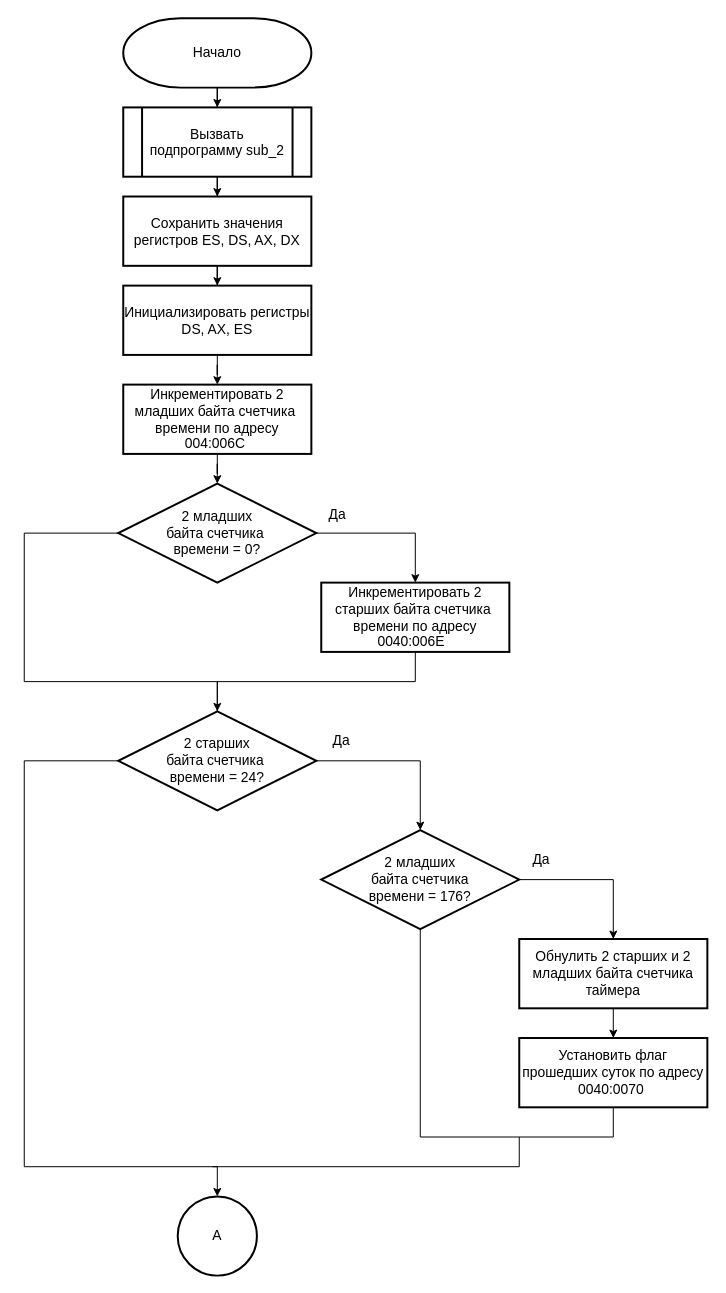
Before: page "Page-1" (1 of 3) of lab1_1/выполнение/int8.drawio in alena-zayts/BMSTU_5sem_operating_systems, a draw.io diagram. Source tidied: cells renumbered, new cells numbered last; positions are measured from the earlier drawing's top-left corner, leaving out a move shared by most shapes. Both pictures are drawn from the tidied source at 99%, with x=0, y=0 at pixel (24, 18).
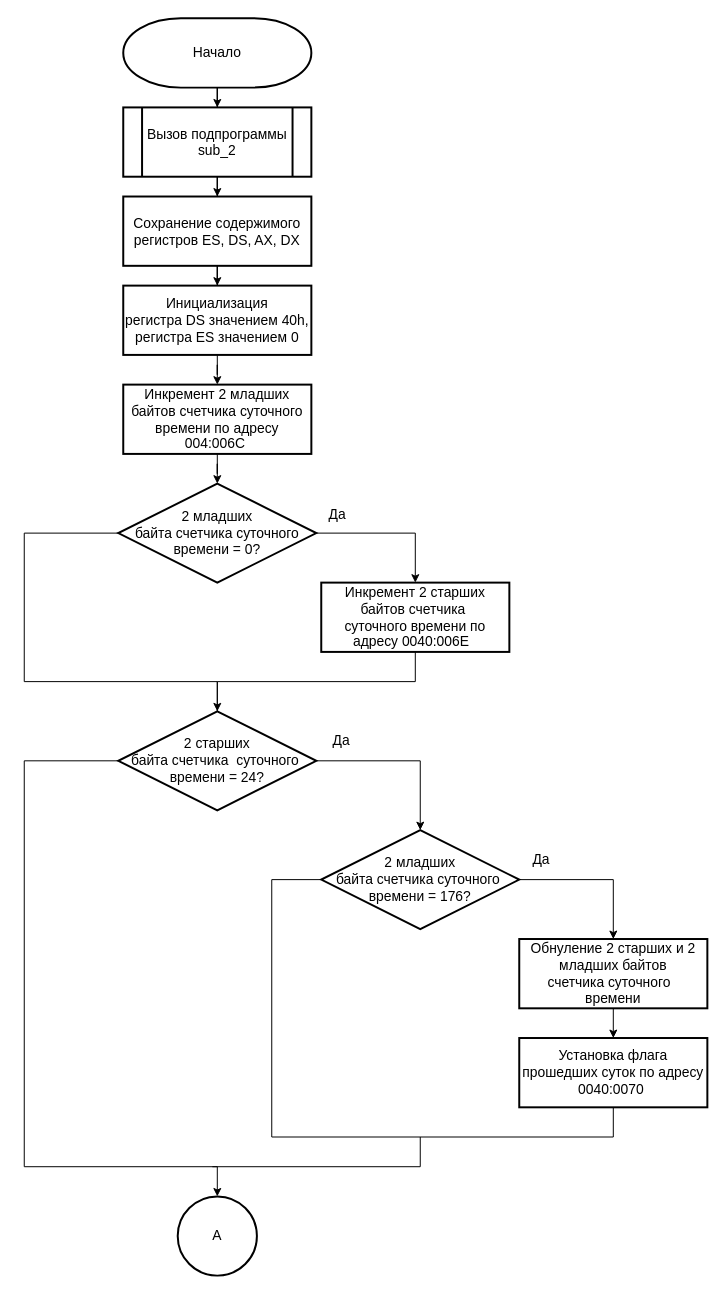
The same page after the edit.

Diff of the diagram source:
```diff
@@
-    <mxCell id="5" value="Вызвать подпрограмму sub_2" style="shape=process;whiteSpace=wrap;html=1;backgroundOutline=1;strokeWidth=2;fontSize=14;" parent="1" vertex="1">
+    <mxCell id="5" value="Вызов подпрограммы sub_2" style="shape=process;whiteSpace=wrap;html=1;backgroundOutline=1;strokeWidth=2;fontSize=14;" parent="1" vertex="1">
       <mxGeometry x="100" y="90" width="190" height="70" as="geometry" />
     </mxCell>
@@
-    <mxCell id="7" value="Сохранить значения регистров ES, DS, AX, DX" style="rounded=0;whiteSpace=wrap;html=1;strokeWidth=2;fontSize=14;" parent="1" vertex="1">
+    <mxCell id="7" value="Сохранение содержимого регистров ES, DS, AX, DX" style="rounded=0;whiteSpace=wrap;html=1;strokeWidth=2;fontSize=14;" parent="1" vertex="1">
       <mxGeometry x="100" y="180" width="190" height="70" as="geometry" />
     </mxCell>
@@
-    <mxCell id="9" value="Инициализировать регистры DS, AX, ES" style="rounded=0;whiteSpace=wrap;html=1;strokeWidth=2;fontSize=14;" parent="1" vertex="1">
+    <mxCell id="9" value="Инициализация &lt;br&gt;регистра DS значением 40h, регистра ES значением 0" style="rounded=0;whiteSpace=wrap;html=1;strokeWidth=2;fontSize=14;" parent="1" vertex="1">
       <mxGeometry x="100" y="270" width="190" height="70" as="geometry" />
     </mxCell>
@@
-    <mxCell id="11" value="Инкрементировать 2 младших байта счетчика&amp;nbsp; времени по адресу 004:006C&amp;nbsp;" style="rounded=0;whiteSpace=wrap;html=1;strokeWidth=2;fontSize=14;" parent="1" vertex="1">
+    <mxCell id="11" value="Инкремент 2 младших байтов счетчика суточного времени по адресу 004:006C&amp;nbsp;" style="rounded=0;whiteSpace=wrap;html=1;strokeWidth=2;fontSize=14;" parent="1" vertex="1">
       <mxGeometry x="100" y="370" width="190" height="70" as="geometry" />
     </mxCell>
@@
-    <mxCell id="15" value="2 младших &lt;br&gt;байта счетчика&amp;nbsp; &lt;br&gt;времени = 0?" style="rhombus;whiteSpace=wrap;html=1;strokeWidth=2;fontSize=14;" parent="1" vertex="1">
+    <mxCell id="15" value="2 младших &lt;br&gt;байта счетчика&amp;nbsp;суточного&lt;br&gt;времени = 0?" style="rhombus;whiteSpace=wrap;html=1;strokeWidth=2;fontSize=14;" parent="1" vertex="1">
       <mxGeometry x="95" y="470" width="200" height="100" as="geometry" />
     </mxCell>
@@
-    <mxCell id="17" value="Инкрементировать 2 старших байта счетчика&amp;nbsp; времени по адресу 0040:006E&amp;nbsp;&amp;nbsp;" style="rounded=0;whiteSpace=wrap;html=1;strokeWidth=2;fontSize=14;" parent="1" vertex="1">
+    <mxCell id="17" value="Инкремент 2 старших байтов счетчика&amp;nbsp;&lt;br&gt;суточного&amp;nbsp;времени по адресу 0040:006E&amp;nbsp;&amp;nbsp;" style="rounded=0;whiteSpace=wrap;html=1;strokeWidth=2;fontSize=14;" parent="1" vertex="1">
       <mxGeometry x="300" y="570" width="190" height="70" as="geometry" />
     </mxCell>
@@
-    <mxCell id="20" value="2 старших &lt;br&gt;байта счетчика&amp;nbsp; &lt;br&gt;времени = 24?" style="rhombus;whiteSpace=wrap;html=1;strokeWidth=2;fontSize=14;" parent="1" vertex="1">
+    <mxCell id="20" value="2 старших &lt;br&gt;байта счетчика&amp;nbsp;&amp;nbsp;суточного&amp;nbsp;&lt;br&gt;времени = 24?" style="rhombus;whiteSpace=wrap;html=1;strokeWidth=2;fontSize=14;" parent="1" vertex="1">
       <mxGeometry x="95" y="700" width="200" height="100" as="geometry" />
     </mxCell>
-    <mxCell id="21" style="edgeStyle=orthogonalEdgeStyle;rounded=0;jettySize=auto;html=1;exitX=0.5;exitY=1;exitDx=0;exitDy=0;entryX=0.5;entryY=1;entryDx=0;entryDy=0;endArrow=none;endFill=0;fontSize=14;" parent="1" edge="1" source="22" target="25">
+    <mxCell id="21" style="edgeStyle=orthogonalEdgeStyle;rounded=0;jettySize=auto;html=1;exitX=0;exitY=0.5;exitDx=0;exitDy=0;entryX=0.5;entryY=1;entryDx=0;entryDy=0;endArrow=none;endFill=0;fontSize=14;" parent="1" edge="1" source="22" target="25">
       <mxGeometry relative="1" as="geometry">
         <Array as="points">
-          <mxPoint x="400" y="1130" />
+          <mxPoint x="250" y="870" />
+          <mxPoint x="250" y="1130" />
           <mxPoint x="595" y="1130" />
         </Array>
       </mxGeometry>
     </mxCell>
-    <mxCell id="22" value="2 младших&lt;br&gt;&amp;nbsp;байта счетчика&amp;nbsp; &lt;br&gt;времени = 176?" style="rhombus;whiteSpace=wrap;html=1;strokeWidth=2;fontSize=14;" parent="1" vertex="1">
+    <mxCell id="22" value="2 младших&lt;br&gt;&amp;nbsp;байта счетчика&amp;nbsp;суточного&amp;nbsp;&amp;nbsp;&lt;br&gt;времени = 176?" style="rhombus;whiteSpace=wrap;html=1;strokeWidth=2;fontSize=14;" parent="1" vertex="1">
       <mxGeometry x="300" y="820" width="200" height="100" as="geometry" />
     </mxCell>
@@
-    <mxCell id="24" value="Обнулить 2 старших и 2 младших байта счетчика таймера" style="rounded=0;whiteSpace=wrap;html=1;strokeWidth=2;fontSize=14;" parent="1" vertex="1">
+    <mxCell id="24" value="Обнуление 2 старших и 2 младших байтов счетчика&amp;nbsp;суточного&amp;nbsp;&amp;nbsp;&lt;br&gt;времени" style="rounded=0;whiteSpace=wrap;html=1;strokeWidth=2;fontSize=14;" parent="1" vertex="1">
       <mxGeometry x="500" y="930" width="190" height="70" as="geometry" />
     </mxCell>
-    <mxCell id="25" value="Установить флаг прошедших суток по адресу 0040:0070&amp;nbsp;" style="rounded=0;whiteSpace=wrap;html=1;strokeWidth=2;fontSize=14;" parent="1" vertex="1">
+    <mxCell id="25" value="Установка флага прошедших суток по адресу 0040:0070&amp;nbsp;" style="rounded=0;whiteSpace=wrap;html=1;strokeWidth=2;fontSize=14;" parent="1" vertex="1">
       <mxGeometry x="500" y="1030" width="190" height="70" as="geometry" />
     </mxCell>
@@
     <mxCell id="27" style="edgeStyle=orthogonalEdgeStyle;rounded=0;orthogonalLoop=1;jettySize=auto;html=1;endArrow=none;endFill=0;fontSize=14;" parent="1" edge="1">
       <mxGeometry relative="1" as="geometry">
         <mxPoint x="190" y="1160" as="sourcePoint" />
-        <mxPoint x="500" y="1130" as="targetPoint" />
+        <mxPoint x="400" y="1130" as="targetPoint" />
         <Array as="points">
-          <mxPoint x="500" y="1160" />
+          <mxPoint x="400" y="1160" />
+          <mxPoint x="400" y="1130" />
         </Array>
       </mxGeometry>
     </mxCell>
```
